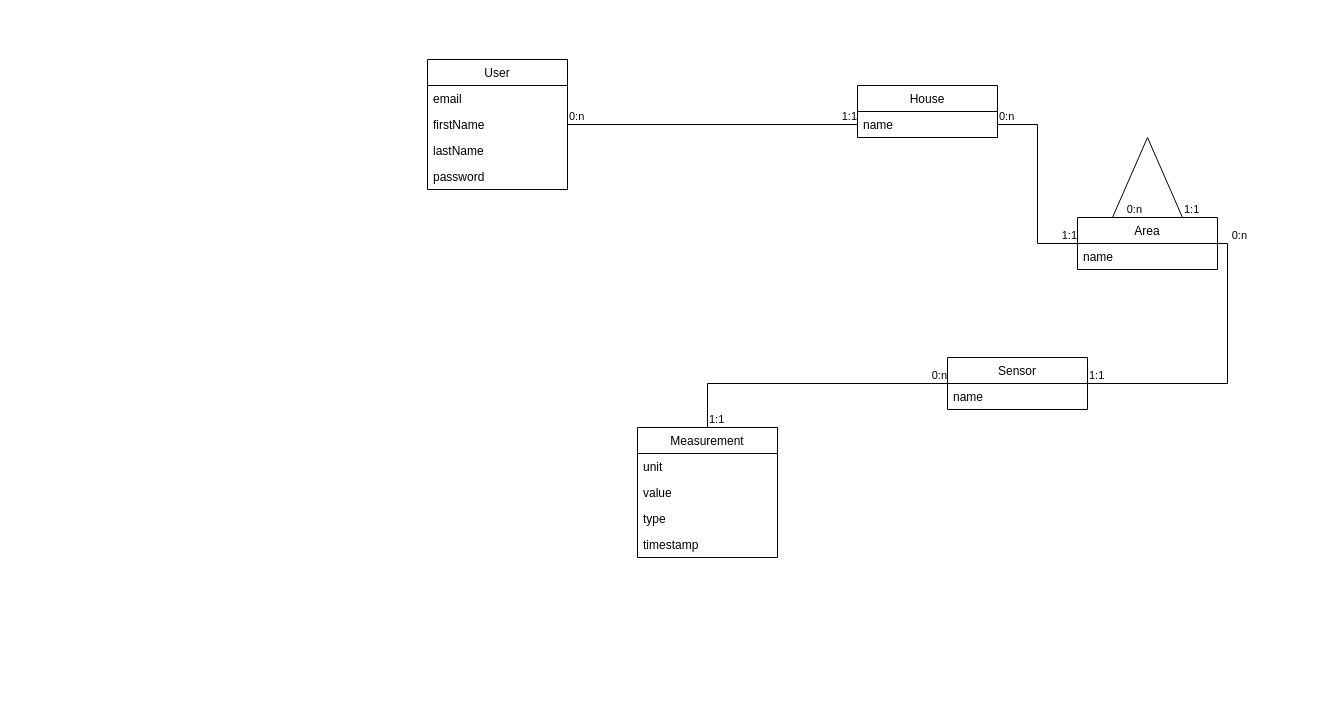
Earlier version of the draw.io diagram diagramme de classes.drawio (kinito62/Consommacteur). Source tidied: cells renumbered, new cells numbered last; positions are measured from the earlier drawing's top-left corner, leaving out a move shared by most shapes. Both pictures are drawn from the tidied source at 100%, with x=0, y=0 at pixel (427, 59).
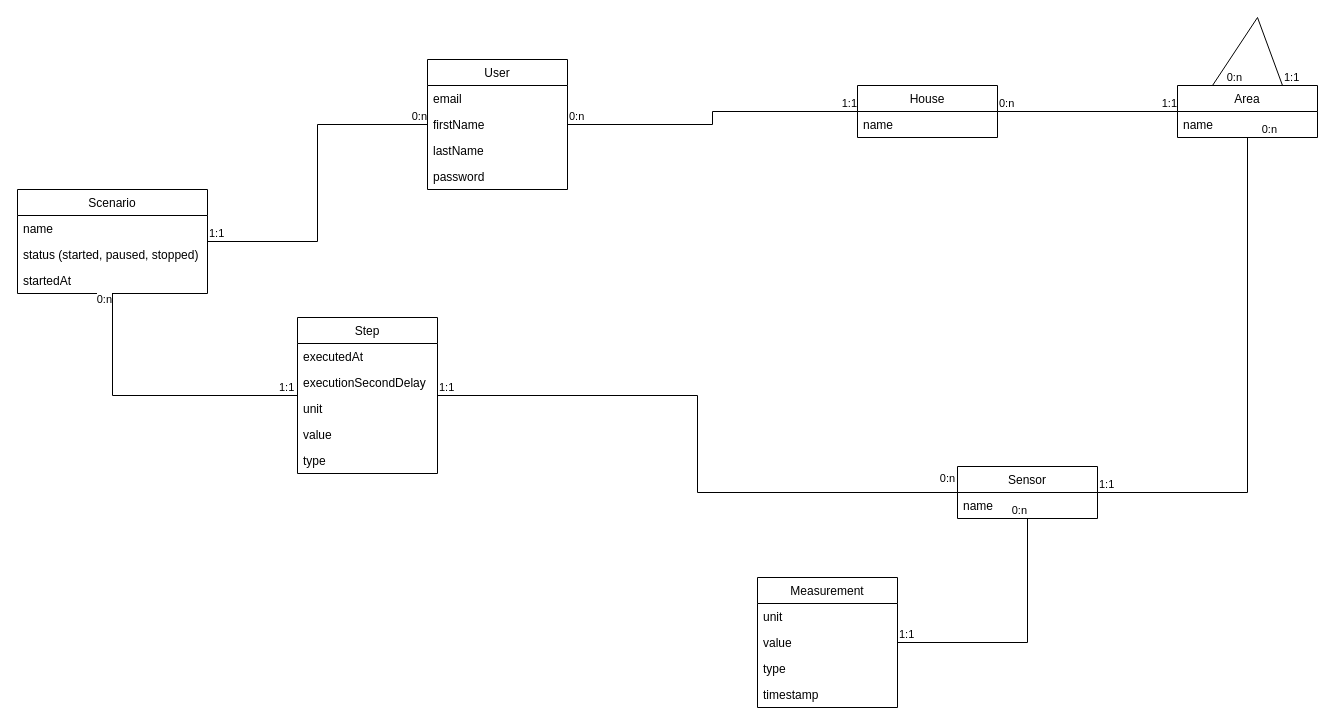
The same page after the edit.

Unchanged cells that the change refers to:
```xml
<mxCell id="2" value="User" style="swimlane;fontStyle=0;horizontal=1;startSize=26;fillColor=none;" parent="1" vertex="1">
  <mxGeometry width="140" height="130" as="geometry" />
</mxCell>
<mxCell id="4" value="firstName" style="text;strokeColor=none;fillColor=none;align=left;verticalAlign=top;spacingLeft=4;spacingRight=4;overflow=hidden;points=[[0,0.5],[1,0.5]];portConstraint=eastwest;" parent="2" vertex="1">
  <mxGeometry y="52" width="140" height="26" as="geometry" />
</mxCell>
<mxCell id="16" value="House" style="swimlane;fontStyle=0;horizontal=1;startSize=26;fillColor=none;" parent="1" vertex="1">
  <mxGeometry x="430" y="26" width="140" height="52" as="geometry" />
</mxCell>
<mxCell id="17" value="name" style="text;strokeColor=none;fillColor=none;align=left;verticalAlign=top;spacingLeft=4;spacingRight=4;overflow=hidden;points=[[0,0.5],[1,0.5]];portConstraint=eastwest;" parent="16" vertex="1">
  <mxGeometry y="26" width="140" height="26" as="geometry" />
</mxCell>
```

What changed in the source:
```diff
@@
     <mxCell id="7" value="Measurement" style="swimlane;fontStyle=0;horizontal=1;startSize=26;fillColor=none;" parent="1" vertex="1">
-      <mxGeometry x="210" y="368" width="140" height="130" as="geometry" />
+      <mxGeometry x="330" y="518" width="140" height="130" as="geometry" />
     </mxCell>
@@
     <mxCell id="12" value="Area" style="swimlane;fontStyle=0;horizontal=1;startSize=26;fillColor=none;" parent="1" vertex="1">
-      <mxGeometry x="650" y="158" width="140" height="52" as="geometry" />
+      <mxGeometry x="750" y="26" width="140" height="52" as="geometry" />
     </mxCell>
@@
     <mxCell id="14" value="Sensor" style="swimlane;fontStyle=0;horizontal=1;startSize=26;fillColor=none;" parent="1" vertex="1">
-      <mxGeometry x="520" y="298" width="140" height="52" as="geometry" />
+      <mxGeometry x="530" y="407" width="140" height="52" as="geometry" />
     </mxCell>
@@
-    <mxCell id="18" style="endArrow=none;html=1;edgeStyle=orthogonalEdgeStyle;rounded=0;exitX=1;exitY=0.5;exitDx=0;exitDy=0;entryX=0;entryY=0.5;entryDx=0;entryDy=0;" parent="1" edge="1" source="4" target="17">
+    <mxCell id="18" style="endArrow=none;html=1;edgeStyle=orthogonalEdgeStyle;rounded=0;" parent="1" edge="1" source="2" target="16">
       <mxGeometry relative="1" as="geometry" />
     </mxCell>
@@
-    <mxCell id="21" style="endArrow=none;html=1;edgeStyle=orthogonalEdgeStyle;rounded=0;exitX=1;exitY=0.5;exitDx=0;exitDy=0;entryX=0;entryY=0.5;entryDx=0;entryDy=0;" parent="1" edge="1" source="17" target="12">
+    <mxCell id="21" style="endArrow=none;html=1;edgeStyle=orthogonalEdgeStyle;rounded=0;" parent="1" edge="1" source="16" target="12">
       <mxGeometry relative="1" as="geometry" />
     </mxCell>
@@
-    <mxCell id="24" style="endArrow=none;html=1;edgeStyle=orthogonalEdgeStyle;rounded=0;exitX=1;exitY=0.5;exitDx=0;exitDy=0;entryX=1;entryY=0.5;entryDx=0;entryDy=0;" parent="1" edge="1" source="14" target="12">
+    <mxCell id="24" style="endArrow=none;html=1;edgeStyle=orthogonalEdgeStyle;rounded=0;" parent="1" edge="1" source="14" target="12">
       <mxGeometry relative="1" as="geometry" />
     </mxCell>
@@
-    <mxCell id="27" style="endArrow=none;html=1;edgeStyle=orthogonalEdgeStyle;rounded=0;entryX=0;entryY=0.5;entryDx=0;entryDy=0;exitX=0.5;exitY=0;exitDx=0;exitDy=0;" parent="1" edge="1" source="7" target="14">
+    <mxCell id="27" style="endArrow=none;html=1;edgeStyle=orthogonalEdgeStyle;rounded=0;" parent="1" edge="1" source="7" target="14">
       <mxGeometry relative="1" as="geometry" />
     </mxCell>
@@
     <mxCell id="30" style="endArrow=none;html=1;edgeStyle=orthogonalEdgeStyle;rounded=0;entryX=0.25;entryY=0;entryDx=0;entryDy=0;exitX=0.75;exitY=0;exitDx=0;exitDy=0;" parent="1" edge="1" source="12" target="12">
       <mxGeometry relative="1" as="geometry">
         <Array as="points">
-          <mxPoint x="720" y="78" />
+          <mxPoint x="830" y="-42" />
         </Array>
       </mxGeometry>
     </mxCell>
@@
+    <mxCell id="33" value="Scenario" style="swimlane;fontStyle=0;horizontal=1;startSize=26;fillColor=none;" parent="1" vertex="1">
+      <mxGeometry x="-410" y="130" width="190" height="104" as="geometry" />
+    </mxCell>
+    <mxCell id="34" value="name" style="text;strokeColor=none;fillColor=none;align=left;verticalAlign=top;spacingLeft=4;spacingRight=4;overflow=hidden;" parent="33" vertex="1">
+      <mxGeometry y="26" width="190" height="26" as="geometry" />
+    </mxCell>
+    <mxCell id="35" value="status (started, paused, stopped)" style="text;strokeColor=none;fillColor=none;align=left;verticalAlign=top;spacingLeft=4;spacingRight=4;overflow=hidden;" parent="33" vertex="1">
+      <mxGeometry y="52" width="190" height="26" as="geometry" />
+    </mxCell>
+    <mxCell id="36" value="startedAt" style="text;strokeColor=none;fillColor=none;align=left;verticalAlign=top;spacingLeft=4;spacingRight=4;overflow=hidden;" parent="33" vertex="1">
+      <mxGeometry y="78" width="190" height="26" as="geometry" />
+    </mxCell>
+    <mxCell id="37" value="Step" style="swimlane;fontStyle=0;horizontal=1;startSize=26;fillColor=none;" parent="1" vertex="1">
+      <mxGeometry x="-130" y="258" width="140" height="156" as="geometry" />
+    </mxCell>
+    <mxCell id="38" value="executedAt" style="text;strokeColor=none;fillColor=none;align=left;verticalAlign=top;spacingLeft=4;spacingRight=4;overflow=hidden;" parent="37" vertex="1">
+      <mxGeometry y="26" width="140" height="26" as="geometry" />
+    </mxCell>
+    <mxCell id="39" value="executionSecondDelay" style="text;strokeColor=none;fillColor=none;align=left;verticalAlign=top;spacingLeft=4;spacingRight=4;overflow=hidden;" parent="37" vertex="1">
+      <mxGeometry y="52" width="140" height="26" as="geometry" />
+    </mxCell>
+    <mxCell id="40" value="unit" style="text;strokeColor=none;fillColor=none;align=left;verticalAlign=top;spacingLeft=4;spacingRight=4;overflow=hidden;" parent="37" vertex="1">
+      <mxGeometry y="78" width="140" height="26" as="geometry" />
+    </mxCell>
+    <mxCell id="41" value="value" style="text;strokeColor=none;fillColor=none;align=left;verticalAlign=top;spacingLeft=4;spacingRight=4;overflow=hidden;" parent="37" vertex="1">
+      <mxGeometry y="104" width="140" height="26" as="geometry" />
+    </mxCell>
+    <mxCell id="42" value="type" style="text;strokeColor=none;fillColor=none;align=left;verticalAlign=top;spacingLeft=4;spacingRight=4;overflow=hidden;" parent="37" vertex="1">
+      <mxGeometry y="130" width="140" height="26" as="geometry" />
+    </mxCell>
+    <mxCell id="43" style="endArrow=none;html=1;edgeStyle=orthogonalEdgeStyle;rounded=0;" parent="1" edge="1" source="37" target="14">
+      <mxGeometry relative="1" as="geometry" />
+    </mxCell>
+    <mxCell id="44" value="1:1" style="edgeLabel;html=1;align=left;verticalAlign=bottom;" parent="43" vertex="1">
+      <mxGeometry x="-1" relative="1" as="geometry" />
+    </mxCell>
+    <mxCell id="45" value="0:n" style="edgeLabel;html=1;align=center;verticalAlign=middle;" parent="43" vertex="1">
+      <mxGeometry x="0.91" y="2" relative="1" as="geometry">
+        <mxPoint x="17" y="-13" as="offset" />
+      </mxGeometry>
+    </mxCell>
+    <mxCell id="46" style="endArrow=none;html=1;edgeStyle=orthogonalEdgeStyle;rounded=0;" parent="1" edge="1" source="37" target="33">
+      <mxGeometry relative="1" as="geometry" />
+    </mxCell>
+    <mxCell id="47" value="1:1" style="edgeLabel;html=1;align=left;verticalAlign=bottom;" parent="46" vertex="1">
+      <mxGeometry x="-1" relative="1" as="geometry">
+        <mxPoint x="-20" as="offset" />
+      </mxGeometry>
+    </mxCell>
+    <mxCell id="48" value="0:n" style="edgeLabel;html=1;align=right;verticalAlign=bottom;" parent="46" vertex="1">
+      <mxGeometry x="1" relative="1" as="geometry">
+        <mxPoint y="14" as="offset" />
+      </mxGeometry>
+    </mxCell>
+    <mxCell id="49" style="endArrow=none;html=1;edgeStyle=orthogonalEdgeStyle;rounded=0;" parent="1" edge="1" source="33" target="2">
+      <mxGeometry relative="1" as="geometry" />
+    </mxCell>
+    <mxCell id="50" value="1:1" style="edgeLabel;html=1;align=left;verticalAlign=bottom;" parent="49" vertex="1">
+      <mxGeometry x="-1" relative="1" as="geometry" />
+    </mxCell>
+    <mxCell id="51" value="0:n" style="edgeLabel;html=1;align=right;verticalAlign=bottom;" parent="49" vertex="1">
+      <mxGeometry x="1" relative="1" as="geometry" />
+    </mxCell>
```
